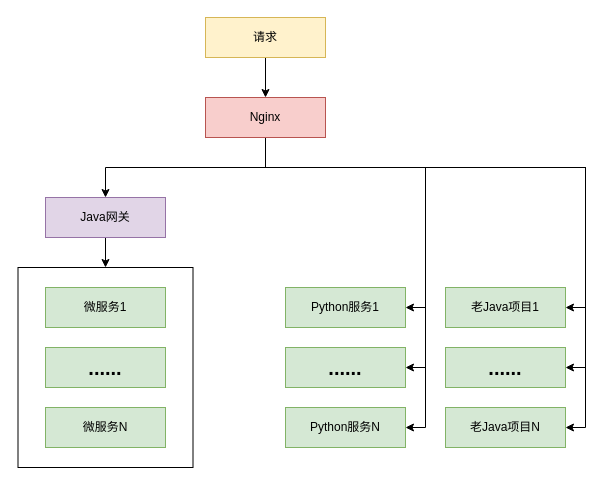
Earlier version of the draw.io diagram 网关改造前.drawio (Floweryu/my-diagrams). Source tidied: cells renumbered, new cells numbered last; positions are measured from the earlier drawing's top-left corner, leaving out a move shared by most shapes. Both pictures are drawn from the tidied source at 100%, with x=0, y=0 at pixel (17, 17).
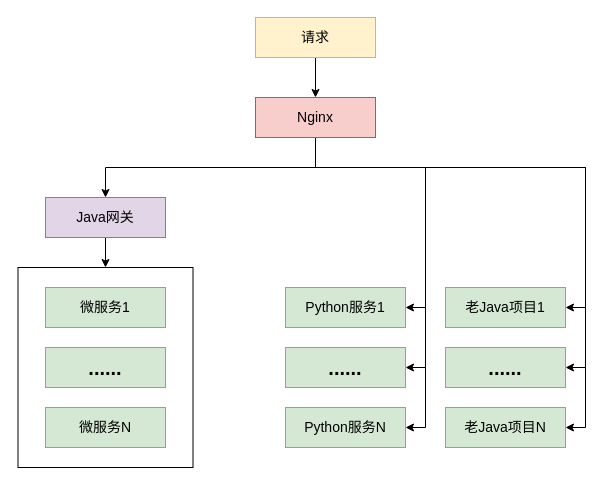
After the change.

Commit message (it also covers changes not shown here):
更新网关改造前.drawio

The change refers to these unchanged cells:
```xml
<mxCell id="22" value="&lt;font style=&quot;font-size: 20px;&quot;&gt;&lt;b&gt;......&lt;/b&gt;&lt;/font&gt;" style="rounded=0;whiteSpace=wrap;html=1;fillColor=#d5e8d4;strokeColor=#82b366;" parent="1" vertex="1">
  <mxGeometry x="268" y="330" width="120" height="40" as="geometry" />
</mxCell>
<mxCell id="23" value="&lt;font style=&quot;font-size: 20px;&quot;&gt;&lt;b&gt;......&lt;/b&gt;&lt;/font&gt;" style="rounded=0;whiteSpace=wrap;html=1;fillColor=#d5e8d4;strokeColor=#82b366;" parent="1" vertex="1">
  <mxGeometry x="428" y="330" width="120" height="40" as="geometry" />
</mxCell>
```

The edit, as a diff of the source:
```diff
@@
-    <mxCell id="4" value="请求" style="rounded=0;whiteSpace=wrap;html=1;fillColor=#fff2cc;strokeColor=#d6b656;" parent="1" vertex="1">
-      <mxGeometry x="188" width="120" height="40" as="geometry" />
+    <mxCell id="4" value="&lt;font style=&quot;font-size: 14px;&quot;&gt;请求&lt;/font&gt;" style="rounded=0;whiteSpace=wrap;html=1;fillColor=#fff2cc;strokeColor=#d6b656;" parent="1" vertex="1">
+      <mxGeometry x="238" width="120" height="40" as="geometry" />
     </mxCell>
@@
+    <mxCell id="9" style="edgeStyle=orthogonalEdgeStyle;rounded=0;jettySize=auto;html=1;exitX=0.5;exitY=1;exitDx=0;exitDy=0;entryX=1;entryY=0.5;entryDx=0;entryDy=0;" parent="1" edge="1" source="12" target="20">
+      <mxGeometry relative="1" as="geometry">
+        <Array as="points">
+          <mxPoint x="298" y="150" />
+          <mxPoint x="568" y="150" />
+          <mxPoint x="568" y="290" />
+        </Array>
+      </mxGeometry>
+    </mxCell>
+    <mxCell id="10" style="edgeStyle=orthogonalEdgeStyle;rounded=0;jettySize=auto;html=1;exitX=0.5;exitY=1;exitDx=0;exitDy=0;entryX=1;entryY=0.5;entryDx=0;entryDy=0;" parent="1" edge="1" source="12" target="23">
+      <mxGeometry relative="1" as="geometry">
+        <Array as="points">
+          <mxPoint x="298" y="150" />
+          <mxPoint x="568" y="150" />
+          <mxPoint x="568" y="350" />
+        </Array>
+      </mxGeometry>
+    </mxCell>
+    <mxCell id="11" style="edgeStyle=orthogonalEdgeStyle;rounded=0;jettySize=auto;html=1;exitX=0.5;exitY=1;exitDx=0;exitDy=0;entryX=1;entryY=0.5;entryDx=0;entryDy=0;" parent="1" edge="1" source="12" target="21">
+      <mxGeometry relative="1" as="geometry">
+        <Array as="points">
+          <mxPoint x="298" y="150" />
+          <mxPoint x="568" y="150" />
+          <mxPoint x="568" y="410" />
+        </Array>
+      </mxGeometry>
+    </mxCell>
     <mxCell id="6" style="edgeStyle=orthogonalEdgeStyle;rounded=0;jettySize=auto;html=1;exitX=0.5;exitY=1;exitDx=0;exitDy=0;entryX=1;entryY=0.5;entryDx=0;entryDy=0;" parent="1" edge="1" source="12" target="18">
       <mxGeometry relative="1" as="geometry">
         <Array as="points">
-          <mxPoint x="248" y="150" />
+          <mxPoint x="298" y="150" />
           <mxPoint x="408" y="150" />
           <mxPoint x="408" y="290" />
         </Array>
       </mxGeometry>
     </mxCell>
     <mxCell id="7" style="edgeStyle=orthogonalEdgeStyle;rounded=0;jettySize=auto;html=1;exitX=0.5;exitY=1;exitDx=0;exitDy=0;entryX=1;entryY=0.5;entryDx=0;entryDy=0;" parent="1" edge="1" source="12" target="22">
       <mxGeometry relative="1" as="geometry">
         <Array as="points">
-          <mxPoint x="248" y="150" />
+          <mxPoint x="298" y="150" />
           <mxPoint x="408" y="150" />
           <mxPoint x="408" y="350" />
         </Array>
       </mxGeometry>
     </mxCell>
     <mxCell id="8" style="edgeStyle=orthogonalEdgeStyle;rounded=0;jettySize=auto;html=1;exitX=0.5;exitY=1;exitDx=0;exitDy=0;entryX=1;entryY=0.5;entryDx=0;entryDy=0;" parent="1" edge="1" source="12" target="19">
       <mxGeometry relative="1" as="geometry">
         <Array as="points">
-          <mxPoint x="248" y="150" />
+          <mxPoint x="298" y="150" />
           <mxPoint x="408" y="150" />
           <mxPoint x="408" y="410" />
         </Array>
       </mxGeometry>
     </mxCell>
-    <mxCell id="9" style="edgeStyle=orthogonalEdgeStyle;rounded=0;jettySize=auto;html=1;exitX=0.5;exitY=1;exitDx=0;exitDy=0;entryX=1;entryY=0.5;entryDx=0;entryDy=0;" parent="1" edge="1" source="12" target="20">
-      <mxGeometry relative="1" as="geometry">
-        <Array as="points">
-          <mxPoint x="248" y="150" />
-          <mxPoint x="568" y="150" />
-          <mxPoint x="568" y="290" />
-        </Array>
-      </mxGeometry>
-    </mxCell>
-    <mxCell id="10" style="edgeStyle=orthogonalEdgeStyle;rounded=0;jettySize=auto;html=1;exitX=0.5;exitY=1;exitDx=0;exitDy=0;entryX=1;entryY=0.5;entryDx=0;entryDy=0;" parent="1" edge="1" source="12" target="23">
-      <mxGeometry relative="1" as="geometry">
-        <Array as="points">
-          <mxPoint x="248" y="150" />
-          <mxPoint x="568" y="150" />
-          <mxPoint x="568" y="350" />
-        </Array>
-      </mxGeometry>
-    </mxCell>
-    <mxCell id="11" style="edgeStyle=orthogonalEdgeStyle;rounded=0;jettySize=auto;html=1;exitX=0.5;exitY=1;exitDx=0;exitDy=0;entryX=1;entryY=0.5;entryDx=0;entryDy=0;" parent="1" edge="1" source="12" target="21">
-      <mxGeometry relative="1" as="geometry">
-        <Array as="points">
-          <mxPoint x="248" y="150" />
-          <mxPoint x="568" y="150" />
-          <mxPoint x="568" y="410" />
-        </Array>
-      </mxGeometry>
-    </mxCell>
-    <mxCell id="12" value="Nginx" style="rounded=0;whiteSpace=wrap;html=1;fillColor=#f8cecc;strokeColor=#b85450;" parent="1" vertex="1">
-      <mxGeometry x="188" y="80" width="120" height="40" as="geometry" />
+    <mxCell id="12" value="&lt;font style=&quot;font-size: 14px;&quot;&gt;Nginx&lt;/font&gt;" style="rounded=0;whiteSpace=wrap;html=1;fillColor=#f8cecc;strokeColor=#b85450;" parent="1" vertex="1">
+      <mxGeometry x="238" y="80" width="120" height="40" as="geometry" />
     </mxCell>
@@
-    <mxCell id="14" value="Java网关" style="rounded=0;whiteSpace=wrap;html=1;fillColor=#e1d5e7;strokeColor=#9673a6;" parent="1" vertex="1">
+    <mxCell id="14" value="&lt;font style=&quot;font-size: 14px;&quot;&gt;Java网关&lt;/font&gt;" style="rounded=0;whiteSpace=wrap;html=1;fillColor=#e1d5e7;strokeColor=#9673a6;" parent="1" vertex="1">
       <mxGeometry x="28" y="180" width="120" height="40" as="geometry" />
     </mxCell>
-    <mxCell id="15" value="微服务1" style="rounded=0;whiteSpace=wrap;html=1;fillColor=#d5e8d4;strokeColor=#82b366;" parent="1" vertex="1">
+    <mxCell id="15" value="&lt;font style=&quot;font-size: 14px;&quot;&gt;微服务1&lt;/font&gt;" style="rounded=0;whiteSpace=wrap;html=1;fillColor=#d5e8d4;strokeColor=#82b366;" parent="1" vertex="1">
       <mxGeometry x="28" y="270" width="120" height="40" as="geometry" />
     </mxCell>
-    <mxCell id="16" value="微服务N" style="rounded=0;whiteSpace=wrap;html=1;fillColor=#d5e8d4;strokeColor=#82b366;" parent="1" vertex="1">
+    <mxCell id="16" value="&lt;font style=&quot;font-size: 14px;&quot;&gt;微服务N&lt;/font&gt;" style="rounded=0;whiteSpace=wrap;html=1;fillColor=#d5e8d4;strokeColor=#82b366;" parent="1" vertex="1">
       <mxGeometry x="28" y="390" width="120" height="40" as="geometry" />
     </mxCell>
@@
-    <mxCell id="18" value="Python服务1" style="rounded=0;whiteSpace=wrap;html=1;fillColor=#d5e8d4;strokeColor=#82b366;" parent="1" vertex="1">
+    <mxCell id="18" value="&lt;font style=&quot;font-size: 14px;&quot;&gt;Python服务1&lt;/font&gt;" style="rounded=0;whiteSpace=wrap;html=1;fillColor=#d5e8d4;strokeColor=#82b366;" parent="1" vertex="1">
       <mxGeometry x="268" y="270" width="120" height="40" as="geometry" />
     </mxCell>
-    <mxCell id="19" value="Python服务N" style="rounded=0;whiteSpace=wrap;html=1;fillColor=#d5e8d4;strokeColor=#82b366;" parent="1" vertex="1">
+    <mxCell id="19" value="&lt;font style=&quot;font-size: 14px;&quot;&gt;Python服务N&lt;/font&gt;" style="rounded=0;whiteSpace=wrap;html=1;fillColor=#d5e8d4;strokeColor=#82b366;" parent="1" vertex="1">
       <mxGeometry x="268" y="390" width="120" height="40" as="geometry" />
     </mxCell>
-    <mxCell id="20" value="老Java项目1" style="rounded=0;whiteSpace=wrap;html=1;fillColor=#d5e8d4;strokeColor=#82b366;" parent="1" vertex="1">
+    <mxCell id="20" value="&lt;font style=&quot;font-size: 14px;&quot;&gt;老Java项目1&lt;/font&gt;" style="rounded=0;whiteSpace=wrap;html=1;fillColor=#d5e8d4;strokeColor=#82b366;" parent="1" vertex="1">
       <mxGeometry x="428" y="270" width="120" height="40" as="geometry" />
     </mxCell>
-    <mxCell id="21" value="老Java项目N" style="rounded=0;whiteSpace=wrap;html=1;fillColor=#d5e8d4;strokeColor=#82b366;" parent="1" vertex="1">
+    <mxCell id="21" value="&lt;font style=&quot;font-size: 14px;&quot;&gt;老Java项目N&lt;/font&gt;" style="rounded=0;whiteSpace=wrap;html=1;fillColor=#d5e8d4;strokeColor=#82b366;" parent="1" vertex="1">
       <mxGeometry x="428" y="390" width="120" height="40" as="geometry" />
     </mxCell>
```
